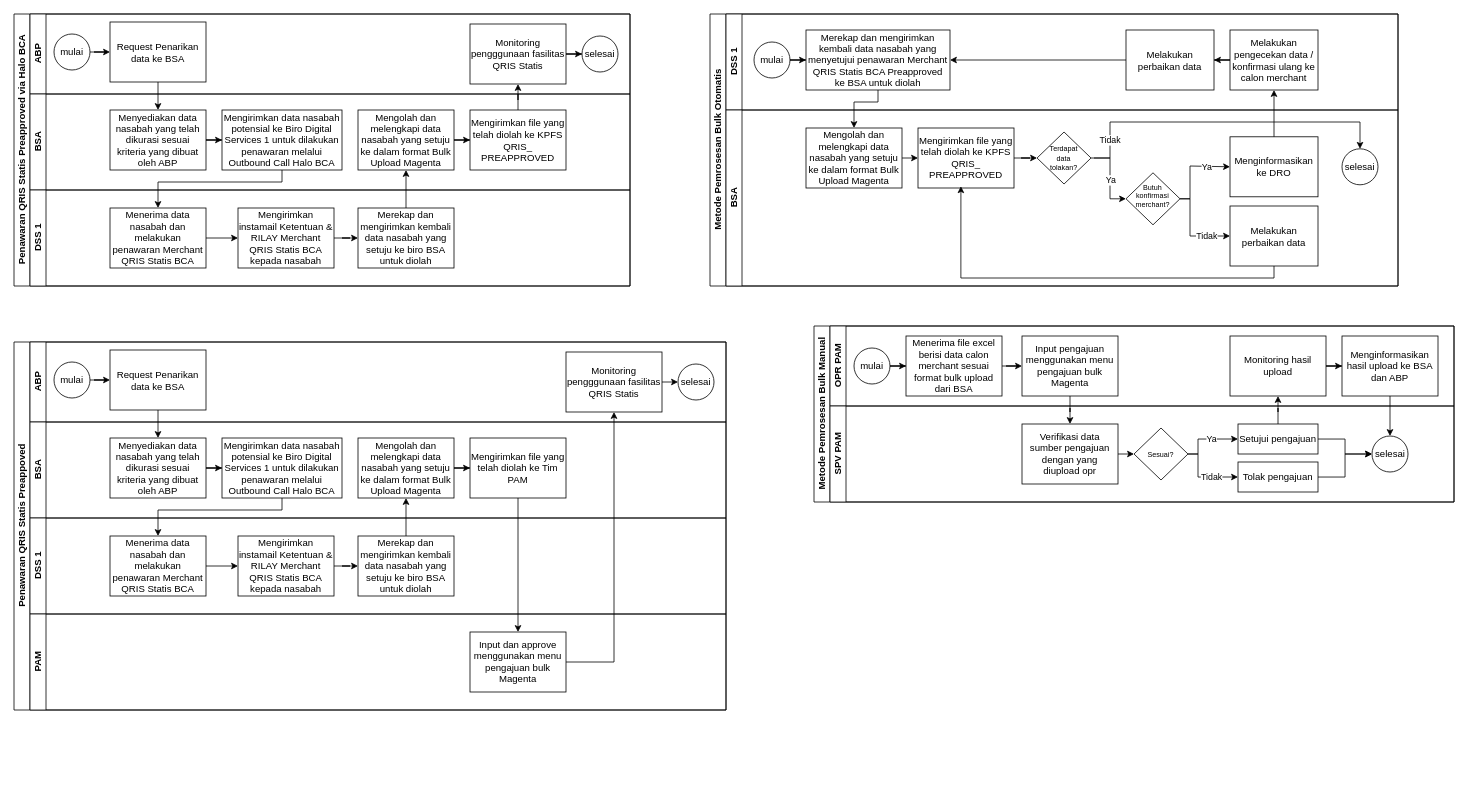
Earlier version of the draw.io diagram memo pilot bulk.drawio (nicolenatsh/Nicole). Source tidied: cells renumbered, new cells numbered last; positions are measured from the earlier drawing's top-left corner, leaving out a move shared by most shapes. Both pictures are drawn from the tidied source at 80%, with x=0, y=0 at pixel (14, 14).
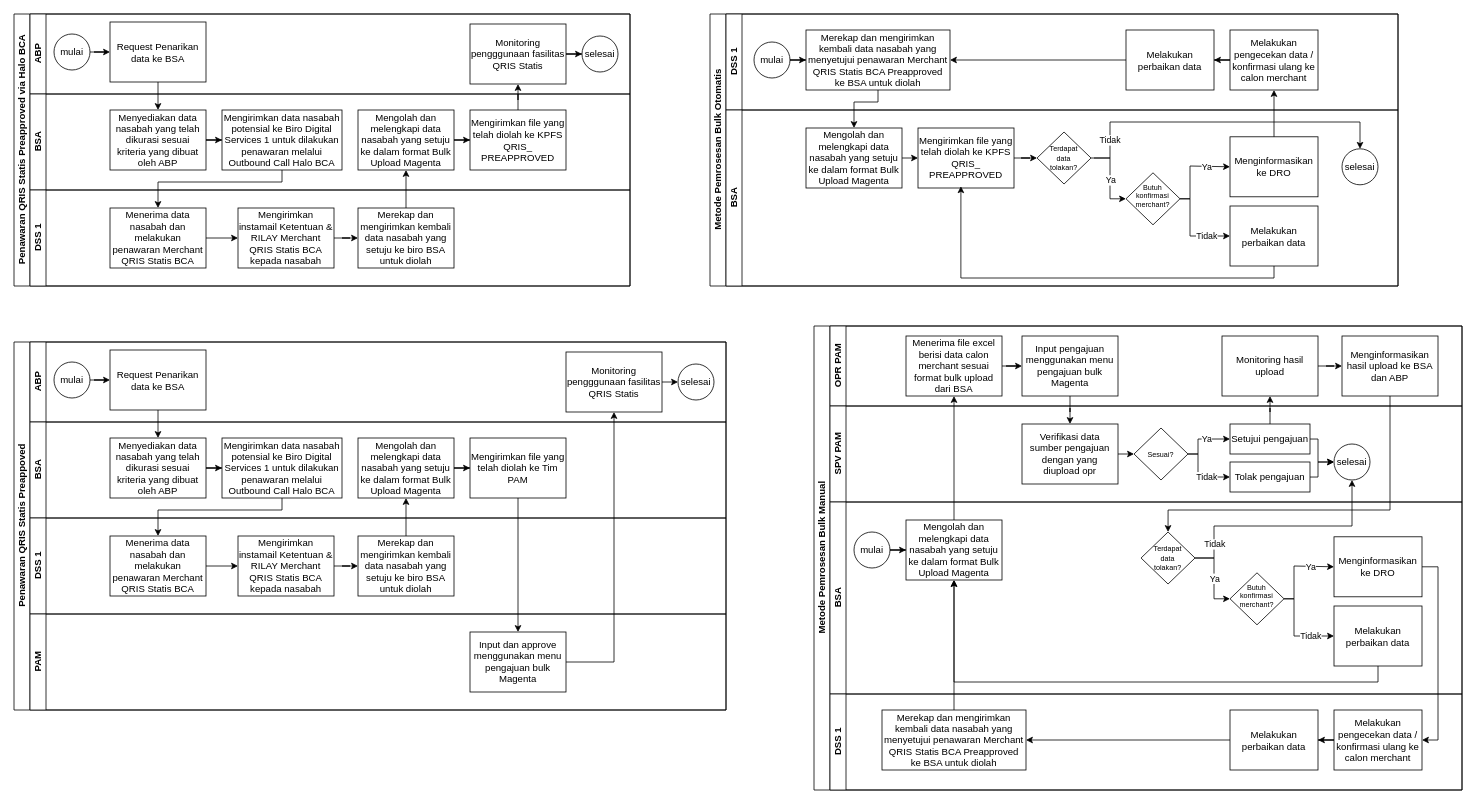
The same diagram, later.

Commit message:
pagi day2

Unchanged cells that the change refers to:
```xml
<mxCell id="94" value="Input pengajuan menggunakan menu pengajuan bulk Magenta" style="rounded=0;whiteSpace=wrap;html=1;" parent="93" vertex="1">
  <mxGeometry x="240" y="12.5" width="120" height="75" as="geometry" />
</mxCell>
<mxCell id="98" value="Menerima file excel berisi data calon merchant sesuai format bulk upload dari BSA" style="rounded=0;whiteSpace=wrap;html=1;" parent="93" vertex="1">
  <mxGeometry x="95" y="12.5" width="120" height="75" as="geometry" />
</mxCell>
<mxCell id="99" value="Menginformasikan hasil upload ke BSA dan ABP" style="rounded=0;whiteSpace=wrap;html=1;" parent="93" vertex="1">
  <mxGeometry x="640" y="12.5" width="120" height="75" as="geometry" />
</mxCell>
<mxCell id="101" value="Verifikasi data sumber pengajuan dengan yang diupload opr" style="rounded=0;whiteSpace=wrap;html=1;" parent="100" vertex="1">
  <mxGeometry x="240" y="22.5" width="120" height="75" as="geometry" />
</mxCell>
```

Change to the diagram source:
```diff
@@
     <mxCell id="92" value="Metode Pemrosesan Bulk Manual" style="swimlane;horizontal=0;startSize=20;html=1;" parent="1" vertex="1">
-      <mxGeometry x="1000" y="390" width="800" height="220" as="geometry" />
+      <mxGeometry x="1000" y="390" width="810" height="580" as="geometry" />
     </mxCell>
     <mxCell id="93" value="OPR PAM" style="swimlane;startSize=20;horizontal=0;html=1;" parent="92" vertex="1">
-      <mxGeometry x="20" width="780" height="100" as="geometry" />
+      <mxGeometry x="20" width="790" height="100" as="geometry" />
     </mxCell>
@@
-    <mxCell id="95" style="edgeStyle=orthogonalEdgeStyle;rounded=0;jettySize=auto;html=1;entryX=0;entryY=0.5;entryDx=0;entryDy=0;" parent="93" edge="1" source="96" target="98">
-      <mxGeometry relative="1" as="geometry" />
-    </mxCell>
-    <mxCell id="96" value="mulai" style="ellipse;whiteSpace=wrap;html=1;" parent="93" vertex="1">
-      <mxGeometry x="30" y="27.5" width="45" height="45" as="geometry" />
-    </mxCell>
@@
+    <mxCell id="103" value="Monitoring hasil upload" style="rounded=0;whiteSpace=wrap;html=1;" parent="93" vertex="1">
+      <mxGeometry x="490" y="12.5" width="120" height="75" as="geometry" />
+    </mxCell>
+    <mxCell id="118" style="edgeStyle=orthogonalEdgeStyle;rounded=0;jettySize=auto;html=1;entryX=0;entryY=0.5;entryDx=0;entryDy=0;" parent="93" edge="1" source="103" target="99">
+      <mxGeometry relative="1" as="geometry" />
+    </mxCell>
     <mxCell id="100" value="SPV PAM" style="swimlane;startSize=20;horizontal=0;html=1;" parent="92" vertex="1">
-      <mxGeometry x="20" y="100" width="780" height="120" as="geometry" />
+      <mxGeometry x="20" y="100" width="790" height="120" as="geometry" />
     </mxCell>
@@
-    <mxCell id="103" value="Monitoring hasil upload" style="rounded=0;whiteSpace=wrap;html=1;" parent="100" vertex="1">
-      <mxGeometry x="500" y="-87.5" width="120" height="75" as="geometry" />
-    </mxCell>
@@
     <mxCell id="107" style="edgeStyle=orthogonalEdgeStyle;rounded=0;jettySize=auto;html=1;" parent="100" edge="1" source="108" target="115">
-      <mxGeometry relative="1" as="geometry" />
+      <mxGeometry relative="1" as="geometry">
+        <Array as="points">
+          <mxPoint x="610" y="41" />
+          <mxPoint x="610" y="70" />
+        </Array>
+      </mxGeometry>
     </mxCell>
     <mxCell id="108" value="Setujui pengajuan" style="rounded=0;whiteSpace=wrap;html=1;" parent="100" vertex="1">
-      <mxGeometry x="510" y="22.5" width="100" height="37.5" as="geometry" />
+      <mxGeometry x="500" y="22.5" width="100" height="37.5" as="geometry" />
     </mxCell>
     <mxCell id="109" style="edgeStyle=orthogonalEdgeStyle;rounded=0;jettySize=auto;html=1;entryX=0;entryY=0.5;entryDx=0;entryDy=0;" parent="100" edge="1" source="110" target="115">
-      <mxGeometry relative="1" as="geometry" />
+      <mxGeometry relative="1" as="geometry">
+        <Array as="points">
+          <mxPoint x="610" y="89" />
+          <mxPoint x="610" y="70" />
+        </Array>
+      </mxGeometry>
     </mxCell>
     <mxCell id="110" value="Tolak pengajuan" style="rounded=0;whiteSpace=wrap;html=1;" parent="100" vertex="1">
-      <mxGeometry x="510" y="70" width="100" height="37.5" as="geometry" />
+      <mxGeometry x="500" y="70" width="100" height="37.5" as="geometry" />
     </mxCell>
@@
     <mxCell id="115" value="selesai" style="ellipse;whiteSpace=wrap;html=1;" parent="100" vertex="1">
-      <mxGeometry x="677.5" y="37.5" width="45" height="45" as="geometry" />
+      <mxGeometry x="630" y="47.5" width="45" height="45" as="geometry" />
     </mxCell>
+    <mxCell id="117" style="edgeStyle=orthogonalEdgeStyle;rounded=0;jettySize=auto;html=1;" parent="92" edge="1" source="94" target="101">
+      <mxGeometry relative="1" as="geometry" />
+    </mxCell>
+    <mxCell id="120" style="edgeStyle=orthogonalEdgeStyle;rounded=0;jettySize=auto;html=1;entryX=0.5;entryY=1;entryDx=0;entryDy=0;" parent="92" edge="1" source="122" target="98">
+      <mxGeometry relative="1" as="geometry" />
+    </mxCell>
+    <mxCell id="121" value="BSA" style="swimlane;startSize=20;horizontal=0;html=1;" parent="92" vertex="1">
+      <mxGeometry x="20" y="220" width="790" height="240" as="geometry" />
+    </mxCell>
+    <mxCell id="122" value="Mengolah dan melengkapi data nasabah yang setuju ke dalam format Bulk Upload Magenta" style="rounded=0;whiteSpace=wrap;html=1;" parent="121" vertex="1">
+      <mxGeometry x="95" y="22.5" width="120" height="75" as="geometry" />
+    </mxCell>
+    <mxCell id="123" style="rhombus;whiteSpace=wrap;html=1;" parent="121" vertex="1">
+      <mxGeometry x="388.8" y="37.5" width="67.5" height="65" as="geometry" />
+    </mxCell>
+    <mxCell id="124" value="&lt;font style=&quot;line-height: 40%; font-size: 9px;&quot;&gt;Terdapat&lt;/font&gt;" style="text;html=1;align=center;verticalAlign=middle;whiteSpace=wrap;rounded=0;strokeWidth=2;" parent="121" vertex="1">
+      <mxGeometry x="400" y="53" width="45" height="10" as="geometry" />
+    </mxCell>
+    <mxCell id="125" style="edgeStyle=orthogonalEdgeStyle;rounded=0;jettySize=auto;html=1;entryX=0;entryY=0.5;entryDx=0;entryDy=0;exitX=1;exitY=0.5;exitDx=0;exitDy=0;" parent="121" edge="1" source="123" target="130">
+      <mxGeometry relative="1" as="geometry">
+        <Array as="points">
+          <mxPoint x="480" y="70" />
+          <mxPoint x="480" y="121" />
+        </Array>
+      </mxGeometry>
+    </mxCell>
+    <mxCell id="126" value="Ya" style="edgeLabel;html=1;align=center;verticalAlign=middle;" parent="125" vertex="1">
+      <mxGeometry x="-0.16" relative="1" as="geometry">
+        <mxPoint y="9" as="offset" />
+      </mxGeometry>
+    </mxCell>
+    <mxCell id="127" value="&lt;font style=&quot;line-height: 40%; font-size: 9px;&quot;&gt;data&lt;/font&gt;" style="text;html=1;align=center;verticalAlign=middle;whiteSpace=wrap;rounded=0;strokeWidth=2;" parent="121" vertex="1">
+      <mxGeometry x="400" y="62.5" width="45" height="15" as="geometry" />
+    </mxCell>
+    <mxCell id="128" value="&lt;font style=&quot;line-height: 40%; font-size: 9px;&quot;&gt;tolakan?&lt;/font&gt;" style="text;html=1;align=center;verticalAlign=middle;whiteSpace=wrap;rounded=0;strokeWidth=2;" parent="121" vertex="1">
+      <mxGeometry x="400" y="73.5" width="45" height="15" as="geometry" />
+    </mxCell>
+    <mxCell id="129" style="group;" parent="121" vertex="1">
+      <mxGeometry x="500" y="88.5" width="67.5" height="65" as="geometry" />
+    </mxCell>
+    <mxCell id="130" style="rhombus;whiteSpace=wrap;html=1;" parent="129" vertex="1">
+      <mxGeometry width="67.5" height="65" as="geometry" />
+    </mxCell>
+    <mxCell id="131" value="&lt;font style=&quot;line-height: 40%; font-size: 9px;&quot;&gt;Butuh&lt;/font&gt;" style="text;html=1;align=center;verticalAlign=middle;whiteSpace=wrap;rounded=0;strokeWidth=2;" parent="129" vertex="1">
+      <mxGeometry x="11.2" y="13.5" width="45" height="10" as="geometry" />
+    </mxCell>
+    <mxCell id="132" value="&lt;font style=&quot;line-height: 40%; font-size: 9px;&quot;&gt;konfirmasi&lt;/font&gt;" style="text;html=1;align=center;verticalAlign=middle;whiteSpace=wrap;rounded=0;strokeWidth=2;" parent="129" vertex="1">
+      <mxGeometry x="11.2" y="21" width="45" height="15" as="geometry" />
+    </mxCell>
+    <mxCell id="133" value="&lt;font style=&quot;line-height: 40%; font-size: 9px;&quot;&gt;merchant?&lt;/font&gt;" style="text;html=1;align=center;verticalAlign=middle;whiteSpace=wrap;rounded=0;strokeWidth=2;" parent="129" vertex="1">
+      <mxGeometry x="11.2" y="32" width="45" height="15" as="geometry" />
+    </mxCell>
+    <mxCell id="134" value="Menginformasikan ke DRO" style="rounded=0;whiteSpace=wrap;html=1;" parent="121" vertex="1">
+      <mxGeometry x="630" y="43.5" width="110" height="75" as="geometry" />
+    </mxCell>
+    <mxCell id="135" style="edgeStyle=orthogonalEdgeStyle;rounded=0;jettySize=auto;html=1;entryX=0;entryY=0.5;entryDx=0;entryDy=0;" parent="121" edge="1" source="130" target="134">
+      <mxGeometry relative="1" as="geometry">
+        <Array as="points">
+          <mxPoint x="580" y="121" />
+          <mxPoint x="580" y="80" />
+          <mxPoint x="630" y="80" />
+        </Array>
+      </mxGeometry>
+    </mxCell>
+    <mxCell id="136" value="Ya" style="edgeLabel;html=1;align=center;verticalAlign=middle;" parent="135" vertex="1">
+      <mxGeometry x="0.17" y="-1" relative="1" as="geometry">
+        <mxPoint x="13" as="offset" />
+      </mxGeometry>
+    </mxCell>
+    <mxCell id="137" style="edgeStyle=orthogonalEdgeStyle;rounded=0;jettySize=auto;html=1;entryX=0.5;entryY=1;entryDx=0;entryDy=0;exitX=0.5;exitY=1;exitDx=0;exitDy=0;" parent="121" edge="1" source="138" target="122">
+      <mxGeometry relative="1" as="geometry" />
+    </mxCell>
+    <mxCell id="138" value="Melakukan perbaikan data" style="rounded=0;whiteSpace=wrap;html=1;" parent="121" vertex="1">
+      <mxGeometry x="630" y="130" width="110" height="75" as="geometry" />
+    </mxCell>
+    <mxCell id="139" style="edgeStyle=orthogonalEdgeStyle;rounded=0;jettySize=auto;html=1;entryX=0;entryY=0.5;entryDx=0;entryDy=0;" parent="121" edge="1" source="130" target="138">
+      <mxGeometry relative="1" as="geometry">
+        <Array as="points">
+          <mxPoint x="580" y="121" />
+          <mxPoint x="580" y="167" />
+        </Array>
+      </mxGeometry>
+    </mxCell>
+    <mxCell id="140" value="Tidak" style="edgeLabel;html=1;align=center;verticalAlign=middle;" parent="139" vertex="1">
+      <mxGeometry x="0.33" relative="1" as="geometry">
+        <mxPoint x="7" as="offset" />
+      </mxGeometry>
+    </mxCell>
+    <mxCell id="96" value="mulai" style="ellipse;whiteSpace=wrap;html=1;" parent="121" vertex="1">
+      <mxGeometry x="30" y="37.5" width="45" height="45" as="geometry" />
+    </mxCell>
+    <mxCell id="95" style="edgeStyle=orthogonalEdgeStyle;rounded=0;jettySize=auto;html=1;entryX=0;entryY=0.5;entryDx=0;entryDy=0;" parent="121" edge="1" source="96" target="122">
+      <mxGeometry relative="1" as="geometry" />
+    </mxCell>
+    <mxCell id="141" style="edgeStyle=orthogonalEdgeStyle;rounded=0;jettySize=auto;html=1;entryX=0.5;entryY=0;entryDx=0;entryDy=0;" parent="92" edge="1" source="99" target="123">
+      <mxGeometry relative="1" as="geometry">
+        <Array as="points">
+          <mxPoint x="720" y="230" />
+          <mxPoint x="443" y="230" />
+        </Array>
+      </mxGeometry>
+    </mxCell>
+    <mxCell id="142" style="edgeStyle=orthogonalEdgeStyle;rounded=0;jettySize=auto;html=1;entryX=0.5;entryY=1;entryDx=0;entryDy=0;exitX=1;exitY=0.5;exitDx=0;exitDy=0;" parent="92" edge="1" source="123" target="115">
+      <mxGeometry relative="1" as="geometry">
+        <Array as="points">
+          <mxPoint x="500" y="290" />
+          <mxPoint x="500" y="250" />
+          <mxPoint x="673" y="250" />
+        </Array>
+      </mxGeometry>
+    </mxCell>
+    <mxCell id="143" value="Tidak" style="edgeLabel;html=1;align=center;verticalAlign=middle;" parent="142" vertex="1">
+      <mxGeometry x="-0.7" y="1" relative="1" as="geometry">
+        <mxPoint x="1" y="3" as="offset" />
+      </mxGeometry>
+    </mxCell>
+    <mxCell id="144" value="DSS 1" style="swimlane;startSize=20;horizontal=0;html=1;" parent="92" vertex="1">
+      <mxGeometry x="20" y="460" width="790" height="120" as="geometry" />
+    </mxCell>
+    <mxCell id="145" value="Merekap dan mengirimkan kembali data nasabah yang menyetujui penawaran Merchant QRIS Statis BCA Preapproved ke BSA untuk diolah" style="rounded=0;whiteSpace=wrap;html=1;" parent="144" vertex="1">
+      <mxGeometry x="65" y="20" width="180" height="75" as="geometry" />
+    </mxCell>
+    <mxCell id="146" style="edgeStyle=orthogonalEdgeStyle;rounded=0;jettySize=auto;html=1;entryX=1;entryY=0.5;entryDx=0;entryDy=0;" parent="144" edge="1" source="147" target="149">
+      <mxGeometry relative="1" as="geometry" />
+    </mxCell>
+    <mxCell id="147" value="Melakukan pengecekan data / konfirmasi ulang ke calon merchant" style="rounded=0;whiteSpace=wrap;html=1;" parent="144" vertex="1">
+      <mxGeometry x="630" y="20" width="110" height="75" as="geometry" />
+    </mxCell>
+    <mxCell id="148" style="edgeStyle=orthogonalEdgeStyle;rounded=0;jettySize=auto;html=1;entryX=1;entryY=0.5;entryDx=0;entryDy=0;" parent="144" edge="1" source="149" target="145">
+      <mxGeometry relative="1" as="geometry" />
+    </mxCell>
+    <mxCell id="149" value="Melakukan perbaikan data" style="rounded=0;whiteSpace=wrap;html=1;" parent="144" vertex="1">
+      <mxGeometry x="500" y="20" width="110" height="75" as="geometry" />
+    </mxCell>
+    <mxCell id="150" style="edgeStyle=orthogonalEdgeStyle;rounded=0;jettySize=auto;html=1;entryX=1;entryY=0.5;entryDx=0;entryDy=0;exitX=1;exitY=0.5;exitDx=0;exitDy=0;" parent="92" edge="1" source="134" target="147">
+      <mxGeometry relative="1" as="geometry" />
+    </mxCell>
+    <mxCell id="151" style="edgeStyle=orthogonalEdgeStyle;rounded=0;jettySize=auto;html=1;entryX=0.5;entryY=1;entryDx=0;entryDy=0;" parent="92" edge="1" source="145" target="122">
+      <mxGeometry relative="1" as="geometry" />
+    </mxCell>
-    <mxCell id="116" style="edgeStyle=orthogonalEdgeStyle;rounded=0;jettySize=auto;html=1;" parent="100" edge="1" source="108" target="103">
+    <mxCell id="116" style="edgeStyle=orthogonalEdgeStyle;rounded=0;jettySize=auto;html=1;" parent="92" edge="1" source="108" target="103">
       <mxGeometry relative="1" as="geometry" />
     </mxCell>
-    <mxCell id="117" style="edgeStyle=orthogonalEdgeStyle;rounded=0;jettySize=auto;html=1;" parent="92" edge="1" source="94" target="101">
-      <mxGeometry relative="1" as="geometry" />
-    </mxCell>
-    <mxCell id="118" style="edgeStyle=orthogonalEdgeStyle;rounded=0;jettySize=auto;html=1;entryX=0;entryY=0.5;entryDx=0;entryDy=0;" parent="92" edge="1" source="103" target="99">
-      <mxGeometry relative="1" as="geometry" />
-    </mxCell>
-    <mxCell id="119" style="edgeStyle=orthogonalEdgeStyle;rounded=0;jettySize=auto;html=1;entryX=0.5;entryY=0;entryDx=0;entryDy=0;" parent="92" edge="1" source="99" target="115">
-      <mxGeometry relative="1" as="geometry" />
-    </mxCell>
```
